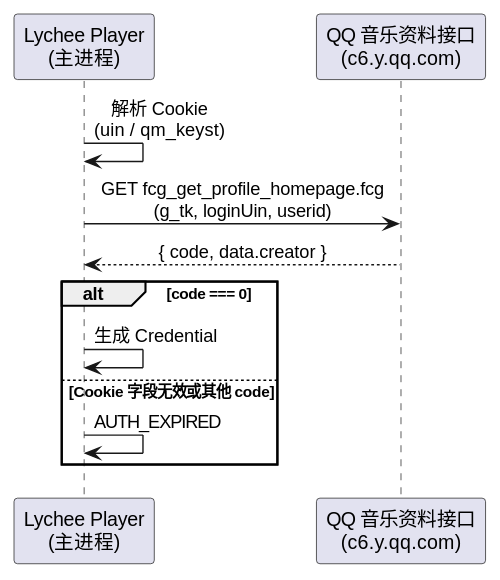
This is diagram/prov-cookie.svg from 54m43lJ/LycheePlayer, a PlantUML export, as it was before one commit.
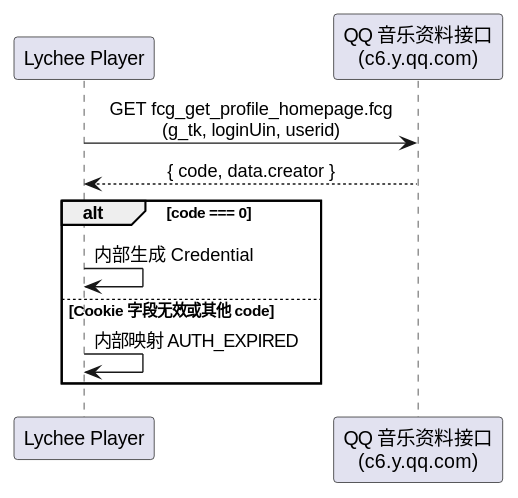
After the change.

Change to the diagram source:
```diff
@@ -2,15 +2,14 @@
 skinparam shadowing false
 skinparam defaultTextAlignment center
 
-participant "Lychee Player\n(主进程)" as APP
+participant "Lychee Player" as APP
 participant "QQ 音乐资料接口\n(c6.y.qq.com)" as API
 
-APP -> APP : 解析 Cookie\n(uin / qm_keyst)
 APP -> API : GET fcg_get_profile_homepage.fcg\n(g_tk, loginUin, userid)
 API --> APP : { code, data.creator }
 alt code === 0
-  APP -> APP : 生成 Credential
+  APP -> APP : 内部生成 Credential
 else Cookie 字段无效或其他 code
-  APP -> APP : AUTH_EXPIRED
+  APP -> APP : 内部映射 AUTH_EXPIRED
 end
 @enduml
```
